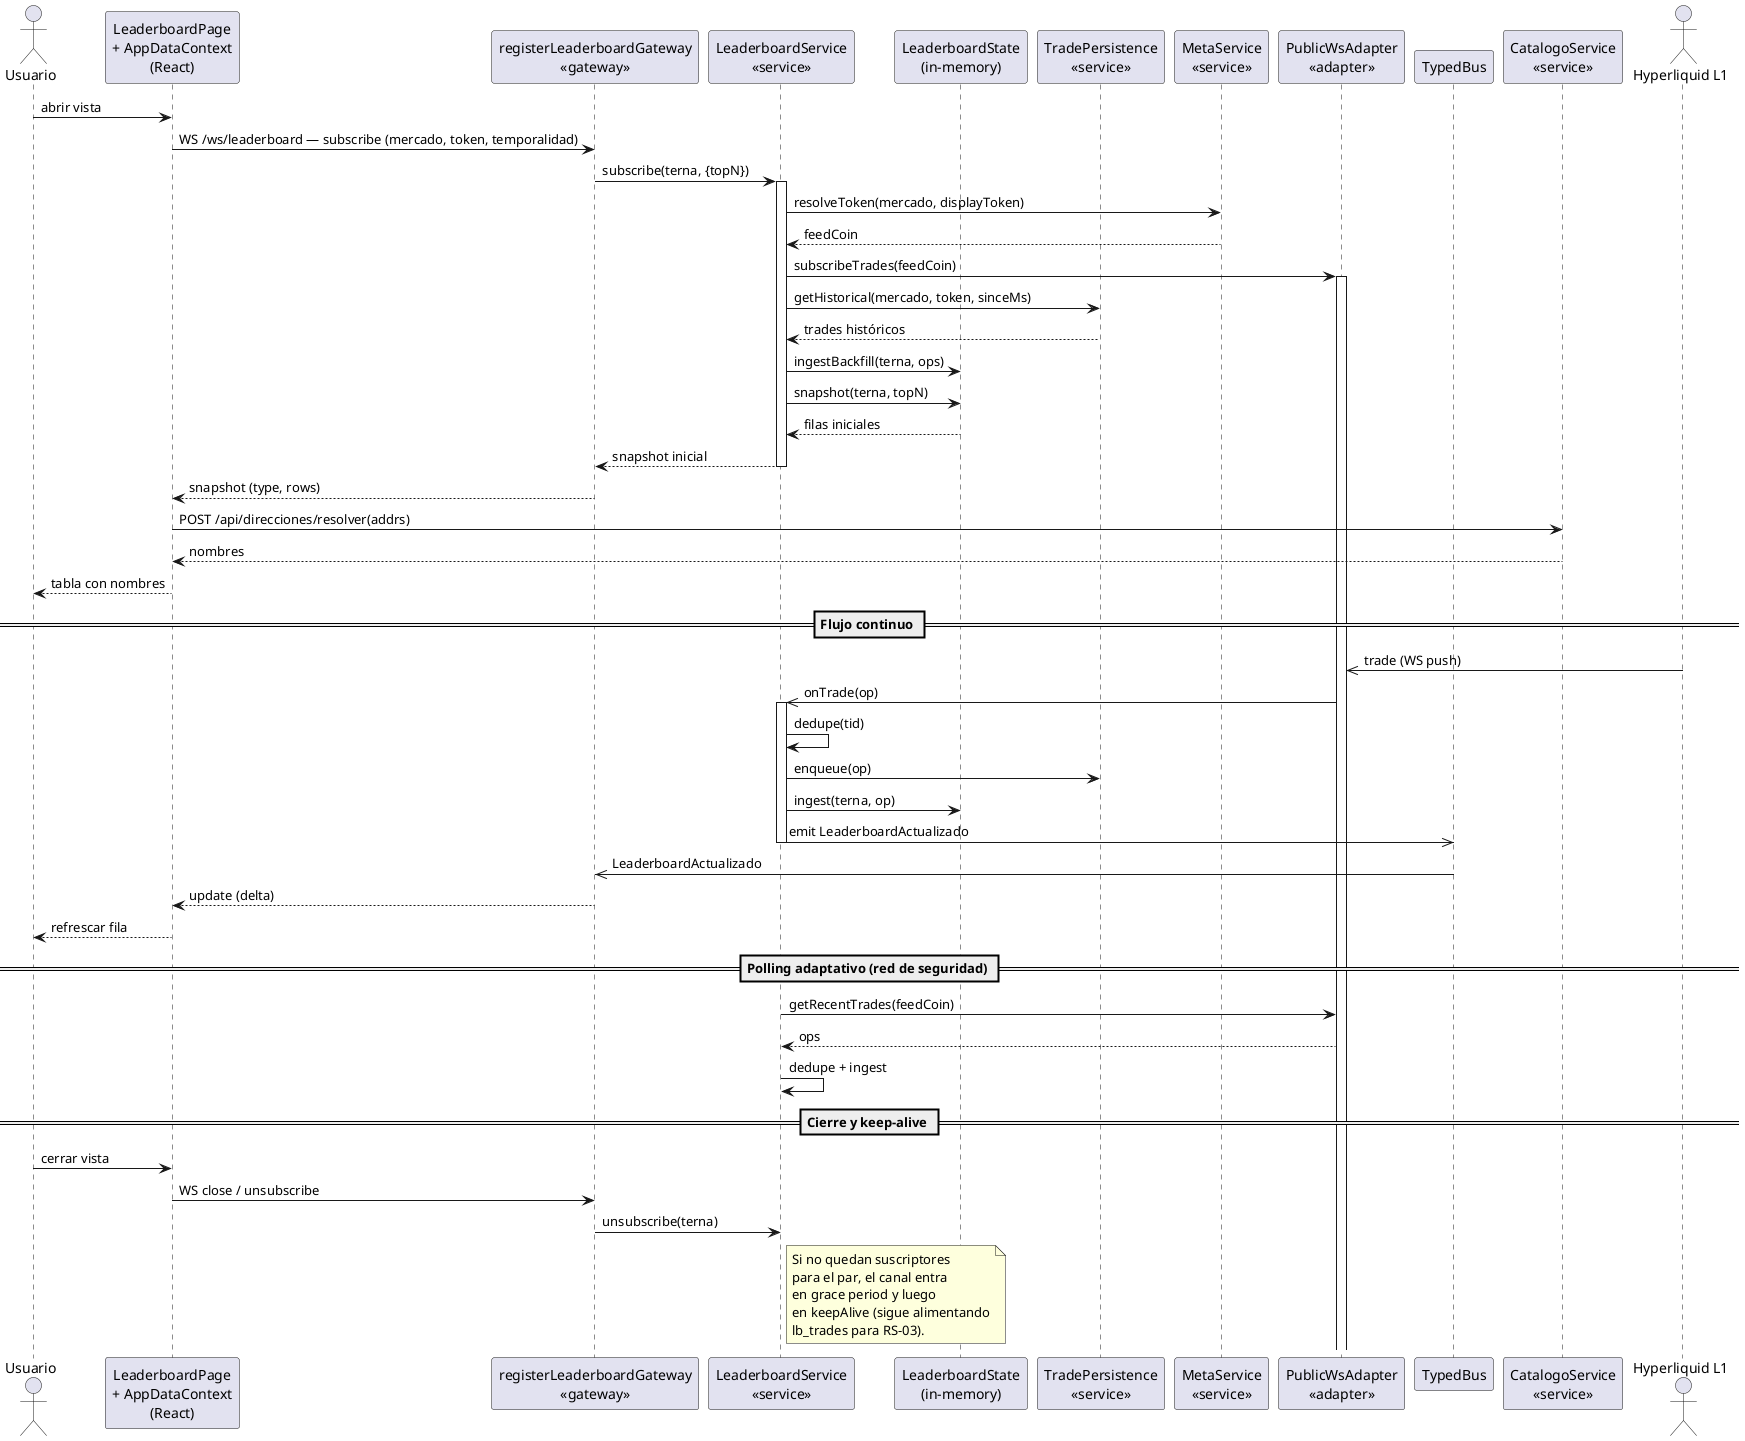
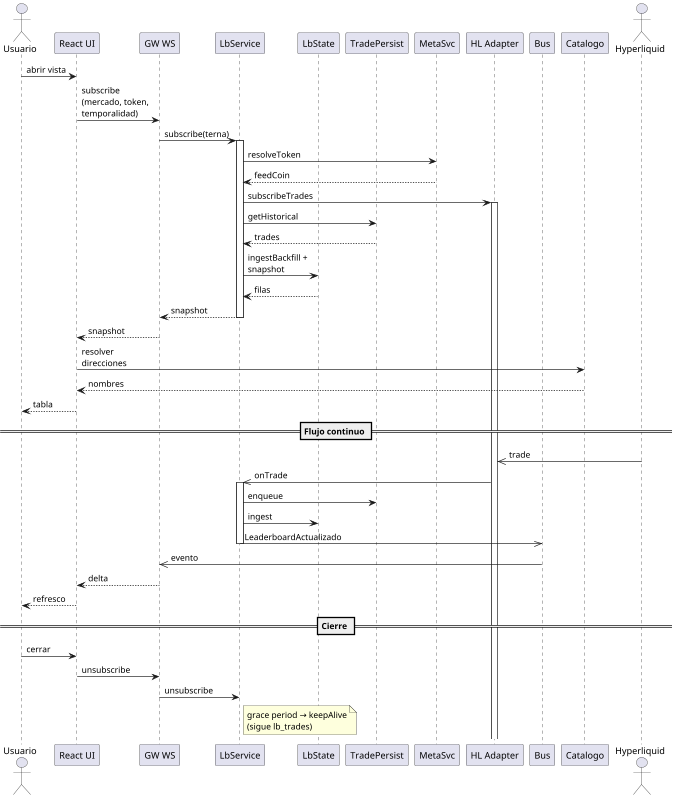
@startuml
+ scale 0.65
skinparam shadowing false
+ skinparam maxMessageSize 120

- actor "Usuario" as U
- participant "LeaderboardPage\n+ AppDataContext\n(React)" as CLI
- participant "registerLeaderboardGateway\n<<gateway>>" as GW
- participant "LeaderboardService\n<<service>>" as SVC
- participant "LeaderboardState\n(in-memory)" as STATE
- participant "TradePersistence\n<<service>>" as TP
- participant "MetaService\n<<service>>" as META
- participant "PublicWsAdapter\n<<adapter>>" as HLC
- participant "TypedBus" as BUS
- participant "CatalogoService\n<<service>>" as CAT
- actor "Hyperliquid L1" as HL
+ actor Usuario as U
+ participant "React UI" as CLI
+ participant "GW WS" as GW
+ participant "LbService" as SVC
+ participant "LbState" as STATE
+ participant "TradePersist" as TP
+ participant "MetaSvc" as META
+ participant "HL Adapter" as HLC
+ participant "Bus" as BUS
+ participant "Catalogo" as CAT
+ actor Hyperliquid as HL

U -> CLI : abrir vista
- CLI -> GW : WS /ws/leaderboard — subscribe (mercado, token, temporalidad)
- GW -> SVC : subscribe(terna, {topN})
+ CLI -> GW : subscribe (mercado, token, temporalidad)
+ GW -> SVC : subscribe(terna)
activate SVC
- SVC -> META : resolveToken(mercado, displayToken)
+ SVC -> META : resolveToken
META --> SVC : feedCoin
- SVC -> HLC : subscribeTrades(feedCoin)
+ SVC -> HLC : subscribeTrades
activate HLC
- SVC -> TP : getHistorical(mercado, token, sinceMs)
- TP --> SVC : trades históricos
- SVC -> STATE : ingestBackfill(terna, ops)
- SVC -> STATE : snapshot(terna, topN)
- STATE --> SVC : filas iniciales
- SVC --> GW : snapshot inicial
+ SVC -> TP : getHistorical
+ TP --> SVC : trades
+ SVC -> STATE : ingestBackfill + snapshot
+ STATE --> SVC : filas
+ SVC --> GW : snapshot
deactivate SVC
- GW --> CLI : snapshot (type, rows)
- CLI -> CAT : POST /api/direcciones/resolver(addrs)
+ GW --> CLI : snapshot
+ CLI -> CAT : resolver direcciones
CAT --> CLI : nombres
- CLI --> U : tabla con nombres
+ CLI --> U : tabla

== Flujo continuo ==

- HL ->> HLC : trade (WS push)
- HLC ->> SVC : onTrade(op)
+ HL ->> HLC : trade
+ HLC ->> SVC : onTrade
activate SVC
- SVC -> SVC : dedupe(tid)
- SVC -> TP : enqueue(op)
- SVC -> STATE : ingest(terna, op)
- SVC ->> BUS : emit LeaderboardActualizado
+ SVC -> TP : enqueue
+ SVC -> STATE : ingest
+ SVC ->> BUS : LeaderboardActualizado
deactivate SVC
- BUS ->> GW : LeaderboardActualizado
- GW --> CLI : update (delta)
- CLI --> U : refrescar fila
+ BUS ->> GW : evento
+ GW --> CLI : delta
+ CLI --> U : refresco

- == Polling adaptativo (red de seguridad) ==
+ == Cierre ==

- SVC -> HLC : getRecentTrades(feedCoin)
- HLC --> SVC : ops
- SVC -> SVC : dedupe + ingest
- 
- == Cierre y keep-alive ==
- 
- U -> CLI : cerrar vista
- CLI -> GW : WS close / unsubscribe
- GW -> SVC : unsubscribe(terna)
+ U -> CLI : cerrar
+ CLI -> GW : unsubscribe
+ GW -> SVC : unsubscribe
note right of SVC
-   Si no quedan suscriptores
-   para el par, el canal entra
-   en grace period y luego
-   en keepAlive (sigue alimentando
-   lb_trades para RS-03).
+   grace period → keepAlive
+   (sigue lb_trades)
end note

@enduml
